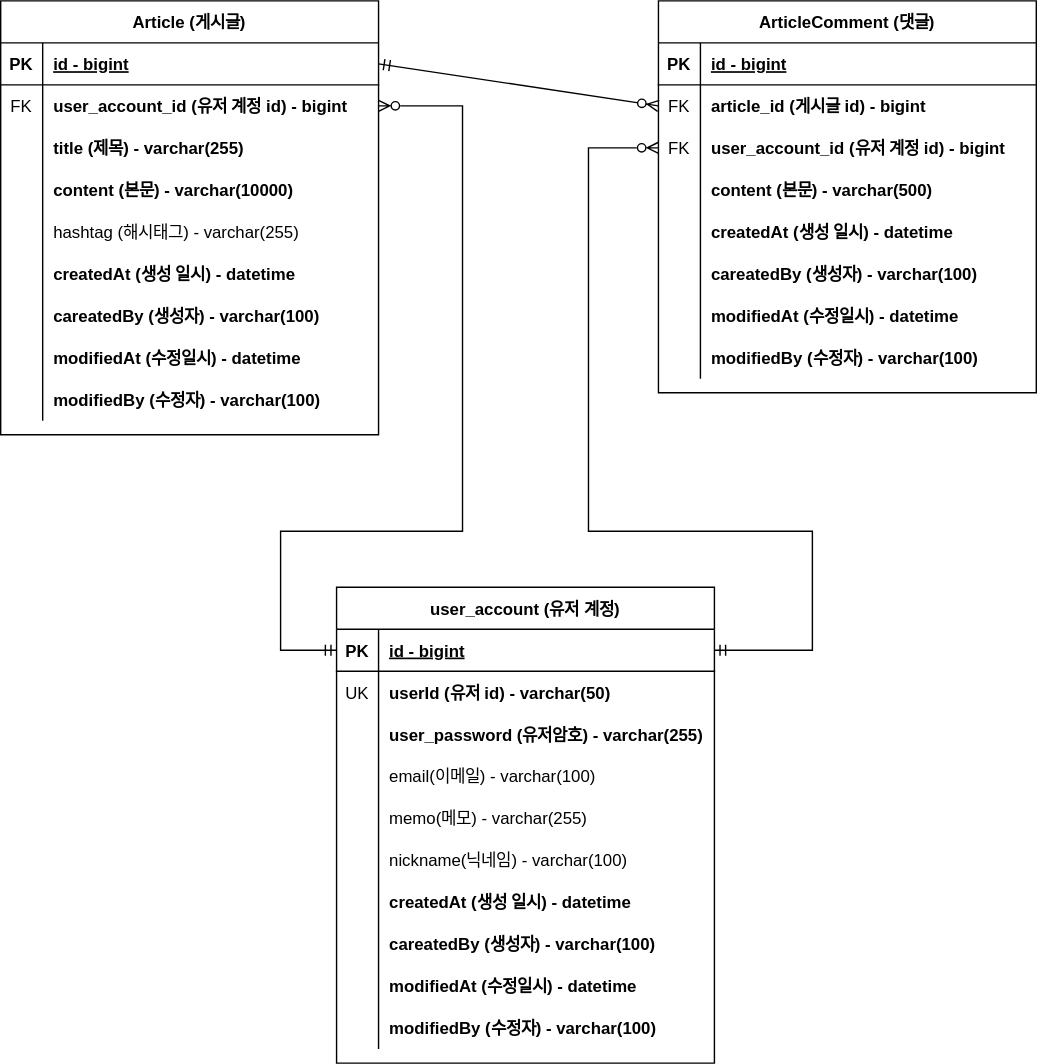
This is document/project-board-erd.svg from sarang682/project-board, a draw.io export, as it was before one commit. Source tidied: cells renumbered, new cells last; positions are measured from the earlier drawing's top-left corner, leaving out a move shared by most shapes.
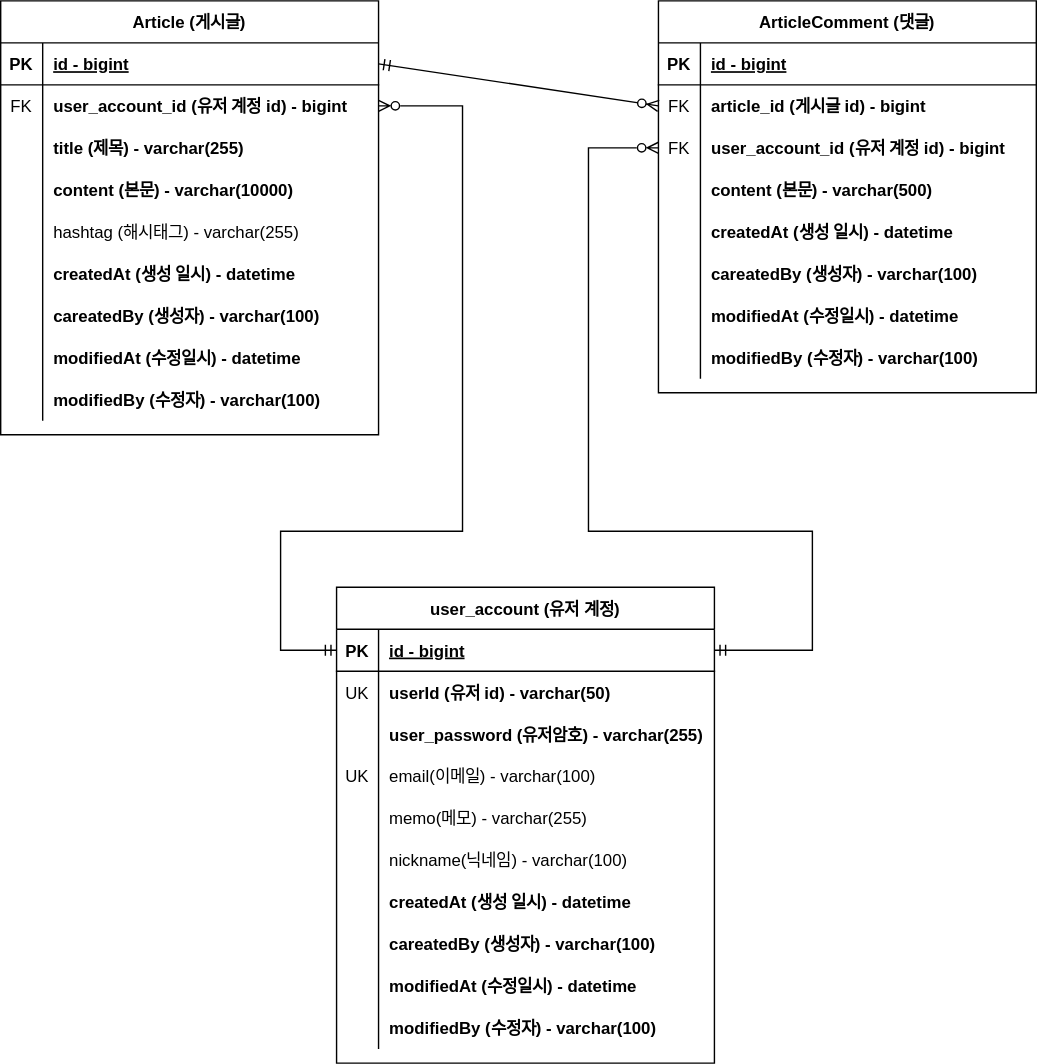
Later version of the same file.

Commit message:
erd 업데이트: 회원 계정 도메인의 이메일에 유니크 키 추가

Diff of the diagram source:
```diff
@@ -200,7 +200,7 @@
     <mxCell id="67" style="shape=partialRectangle;fillColor=none;points=[[0,0.5],[1,0.5]];portConstraint=eastwest;top=0;left=0;right=0;bottom=0;" parent="57" vertex="1">
       <mxGeometry y="120" width="270" height="30" as="geometry" />
     </mxCell>
-    <mxCell id="68" style="shape=partialRectangle;overflow=hidden;fillColor=none;top=0;left=0;bottom=0;right=0;" parent="67" vertex="1">
+    <mxCell id="68" value="UK" style="shape=partialRectangle;overflow=hidden;fillColor=none;top=0;left=0;bottom=0;right=0;" parent="67" vertex="1">
       <mxGeometry width="30" height="30" as="geometry" />
     </mxCell>
     <mxCell id="69" value="email(이메일) - varchar(100)" style="shape=partialRectangle;overflow=hidden;fillColor=none;top=0;left=0;bottom=0;right=0;align=left;spacingLeft=6;" parent="67" vertex="1">
```
